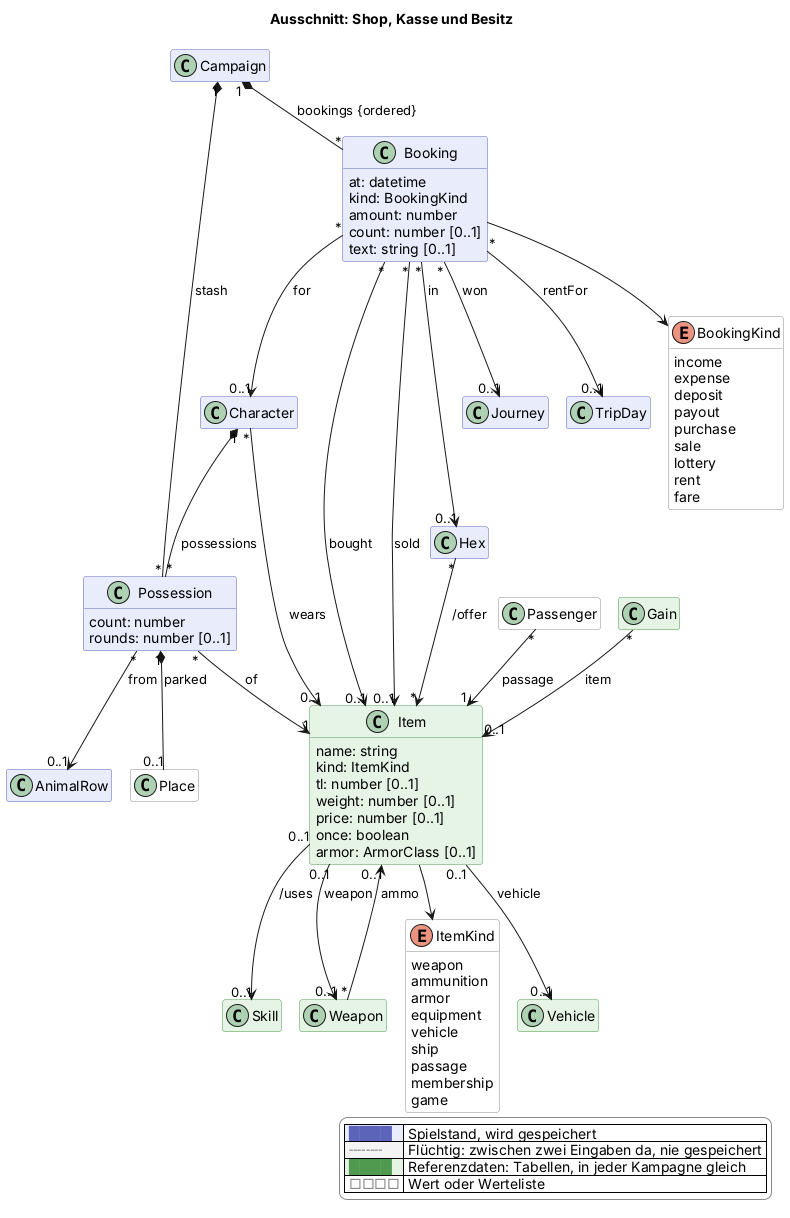
Earlier version of the PlantUML export docs/views/shop.png (scuzzar/SRE).
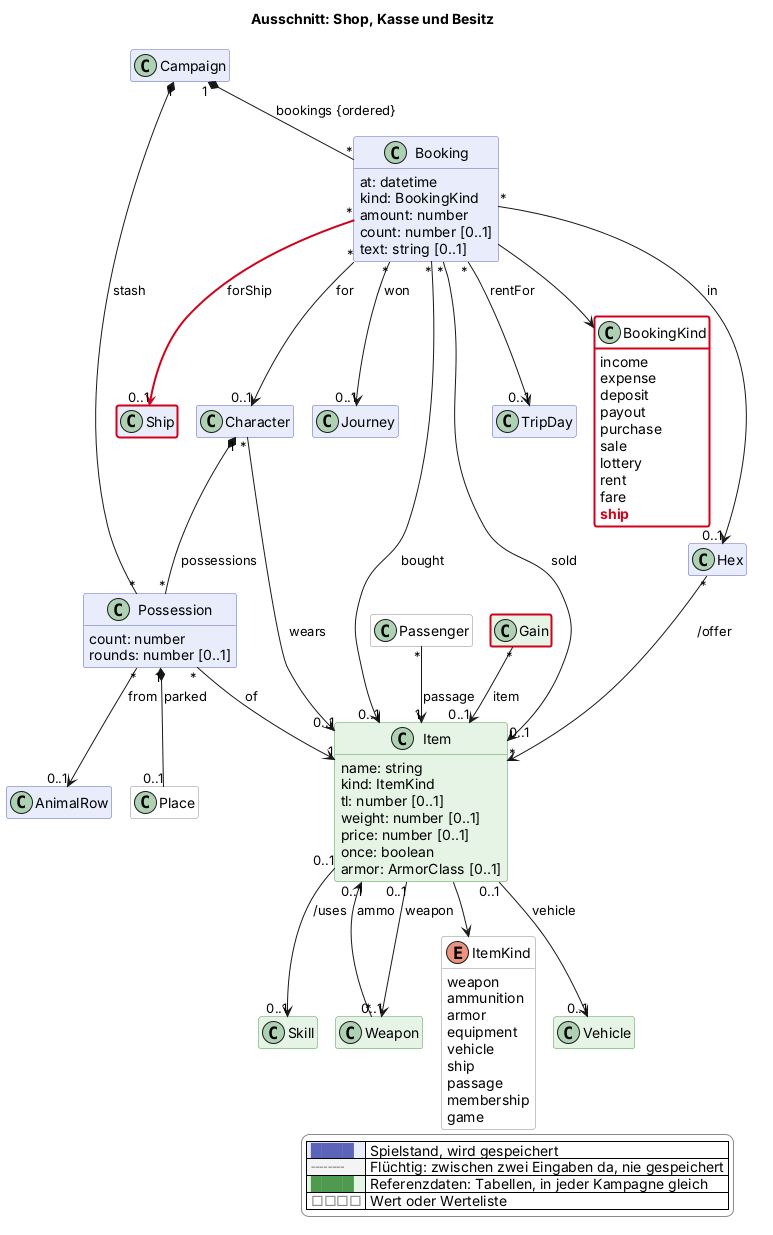
Above is the later version.

What changed in the source:
```diff
@@ -84,12 +84,15 @@
     lottery
     rent
     fare
+    $new("2026-11-16", "ship")
   }
   class Character $charakter
   class Possession $shop {
     count: number
     rounds: number [0..1]
   }
+
+  class Ship $schiffe $newClass("2026-11-16")
 
 
   class Hex $sektor
@@ -134,6 +137,8 @@
 Booking "*" --> "0..1" Hex : in
 Booking --> BookingKind
 
+Booking "*" -$newArrow("2026-11-16")-> "0..1" Ship : forShip
+
 Passenger "*" --> "1" Item : passage
 Booking "*" --> "0..1" Journey : won
 
@@ -168,4 +173,7 @@
   |<#e6f4e6> <color:#4f9a4f>████</color> | Referenzdaten: Tabellen, in jeder Kampagne gleich |
   |<#ffffff> <color:#8a8a8a>□□□□</color> | Wert oder Werteliste |
 endlegend
+class BookingKind #line:d0021b;line.bold
+class Ship #line:d0021b;line.bold
+class Gain #line:d0021b;line.bold
 @enduml
```
